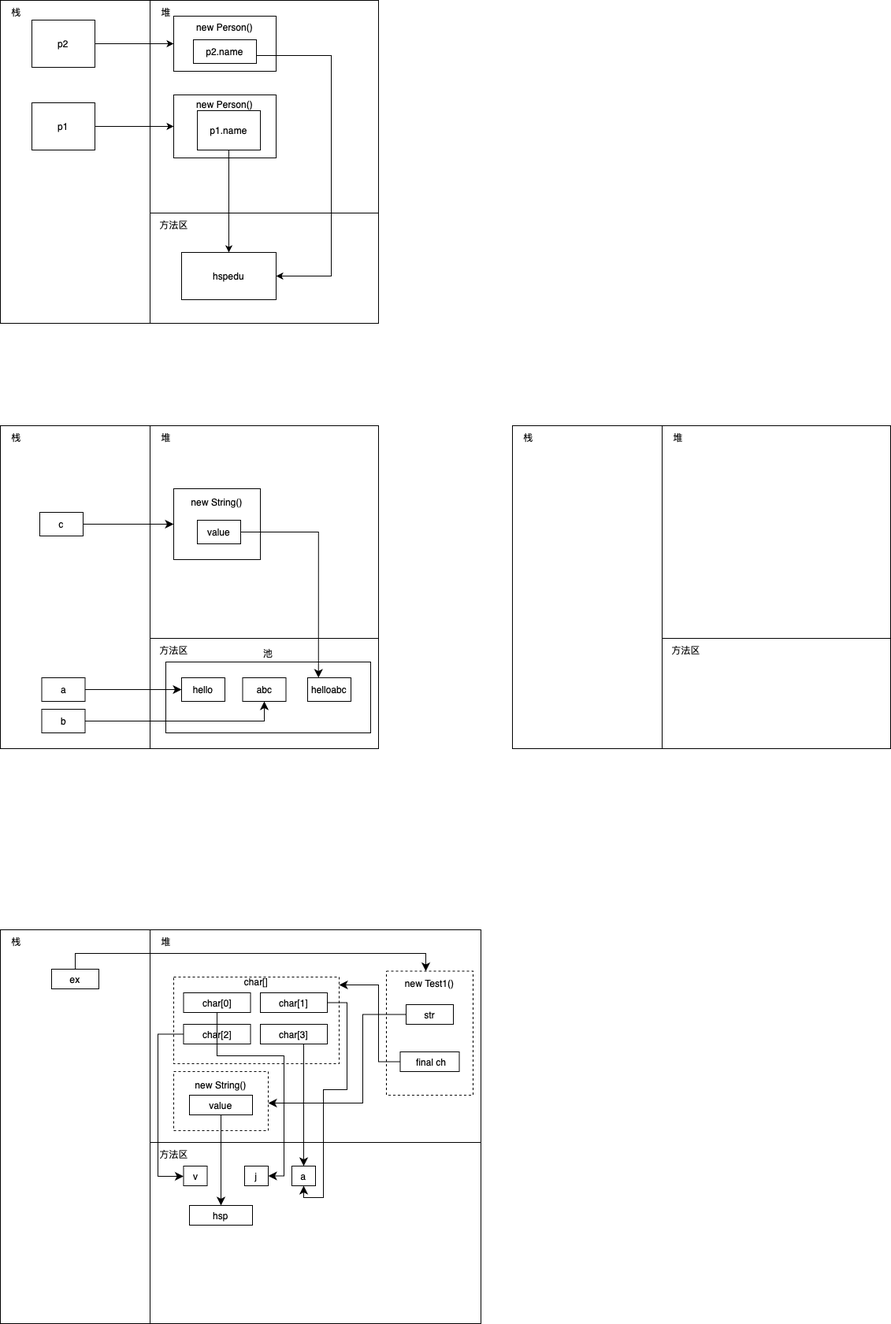
The draw.io diagram drawio/White.png in Stolorzs/Picgo, before a commit. Source tidied: cells renumbered, new cells last; positions are measured from the earlier drawing's top-left corner, leaving out a move shared by most shapes.
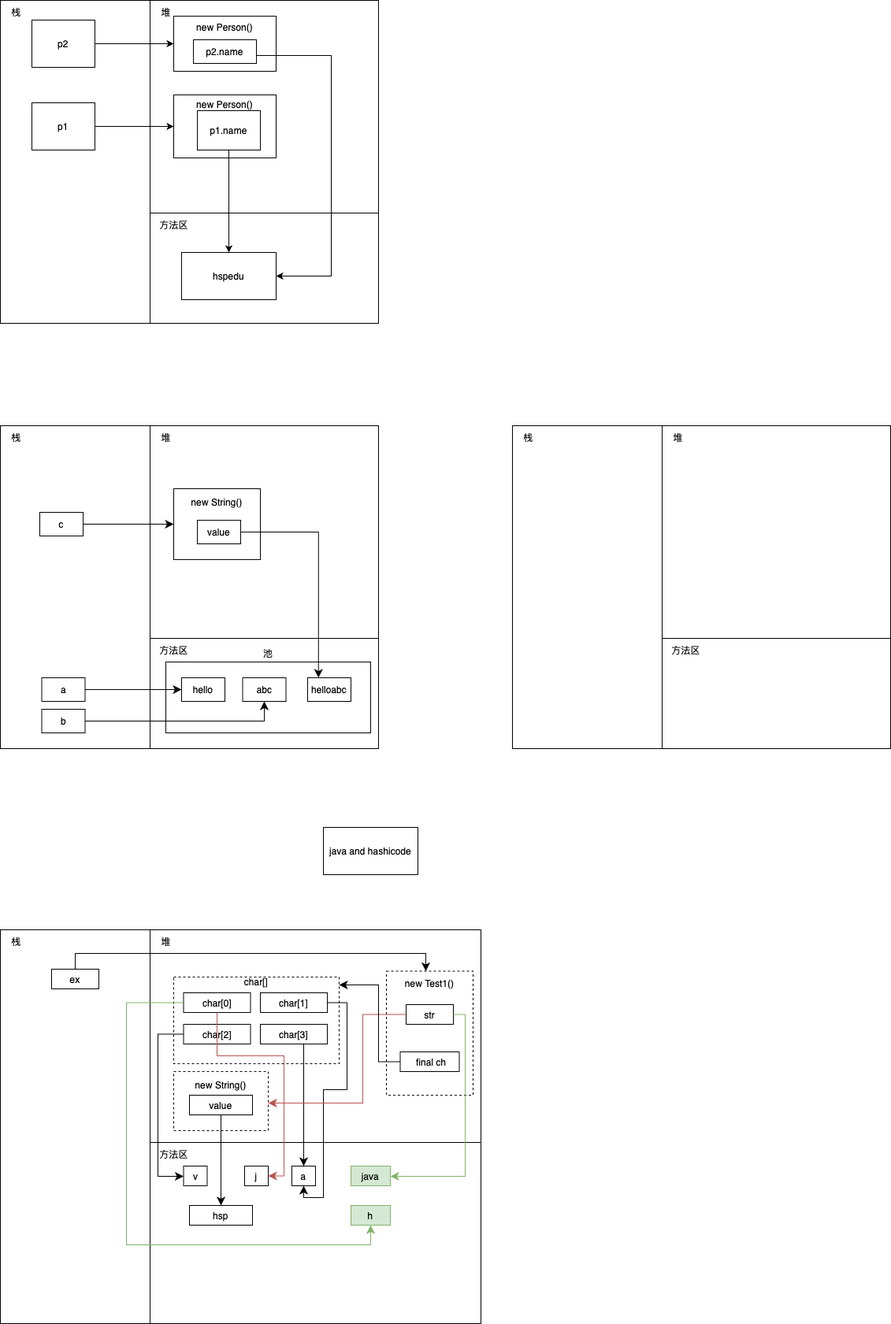
Above is the later version.

Change to the diagram source:
```diff
@@ -231,7 +231,7 @@
     <mxCell id="68" value="char[3]" style="rounded=0;whiteSpace=wrap;html=1;" parent="1" vertex="1">
       <mxGeometry x="330" y="1300" width="85" height="25" as="geometry" />
     </mxCell>
-    <mxCell id="69" style="edgeStyle=orthogonalEdgeStyle;rounded=0;jettySize=auto;html=1;entryX=1;entryY=0.5;entryDx=0;entryDy=0;fontSize=12;startSize=8;endSize=8;" parent="1" edge="1" source="62" target="59">
+    <mxCell id="69" style="edgeStyle=orthogonalEdgeStyle;rounded=0;jettySize=auto;html=1;entryX=1;entryY=0.5;entryDx=0;entryDy=0;fontSize=12;startSize=8;endSize=8;fillColor=#f8cecc;strokeColor=#b85450;" parent="1" edge="1" source="62" target="59">
       <mxGeometry relative="1" as="geometry">
         <Array as="points">
           <mxPoint x="275" y="1340" />
@@ -246,7 +246,7 @@
     <mxCell id="71" value="str" style="rounded=0;whiteSpace=wrap;html=1;" parent="1" vertex="1">
       <mxGeometry x="515" y="1275" width="60" height="25" as="geometry" />
     </mxCell>
-    <mxCell id="72" style="edgeStyle=orthogonalEdgeStyle;rounded=0;jettySize=auto;html=1;fontSize=12;startSize=8;endSize=8;" parent="1" edge="1" source="71" target="54">
+    <mxCell id="72" style="edgeStyle=orthogonalEdgeStyle;rounded=0;jettySize=auto;html=1;fontSize=12;startSize=8;endSize=8;fillColor=#f8cecc;strokeColor=#b85450;" parent="1" edge="1" source="71" target="54">
       <mxGeometry relative="1" as="geometry">
         <Array as="points">
           <mxPoint x="460" y="1288" />
@@ -276,5 +276,31 @@
         </Array>
       </mxGeometry>
     </mxCell>
+    <mxCell id="77" value="java" style="rounded=0;whiteSpace=wrap;html=1;fillColor=#d5e8d4;strokeColor=#82b366;" parent="1" vertex="1">
+      <mxGeometry x="445" y="1480" width="50" height="25" as="geometry" />
+    </mxCell>
+    <mxCell id="78" style="edgeStyle=orthogonalEdgeStyle;rounded=0;jettySize=auto;html=1;fontSize=12;startSize=8;endSize=8;fillColor=#d5e8d4;strokeColor=#82b366;" parent="1" edge="1" source="71" target="77">
+      <mxGeometry relative="1" as="geometry">
+        <Array as="points">
+          <mxPoint x="590" y="1288" />
+          <mxPoint x="590" y="1493" />
+        </Array>
+      </mxGeometry>
+    </mxCell>
+    <mxCell id="79" value="h" style="rounded=0;whiteSpace=wrap;html=1;fillColor=#d5e8d4;strokeColor=#82b366;" parent="1" vertex="1">
+      <mxGeometry x="445" y="1530" width="50" height="25" as="geometry" />
+    </mxCell>
+    <mxCell id="80" style="edgeStyle=orthogonalEdgeStyle;rounded=0;jettySize=auto;html=1;fontSize=12;startSize=8;endSize=8;fillColor=#d5e8d4;strokeColor=#82b366;" parent="1" edge="1" source="62" target="79">
+      <mxGeometry relative="1" as="geometry">
+        <Array as="points">
+          <mxPoint x="160" y="1273" />
+          <mxPoint x="160" y="1580" />
+          <mxPoint x="470" y="1580" />
+        </Array>
+      </mxGeometry>
+    </mxCell>
+    <mxCell id="81" value="java and hashicode" style="rounded=0;whiteSpace=wrap;html=1;" parent="1" vertex="1">
+      <mxGeometry x="410" y="1050" width="120" height="60" as="geometry" />
+    </mxCell>
   </root>
 </mxGraphModel>
```
